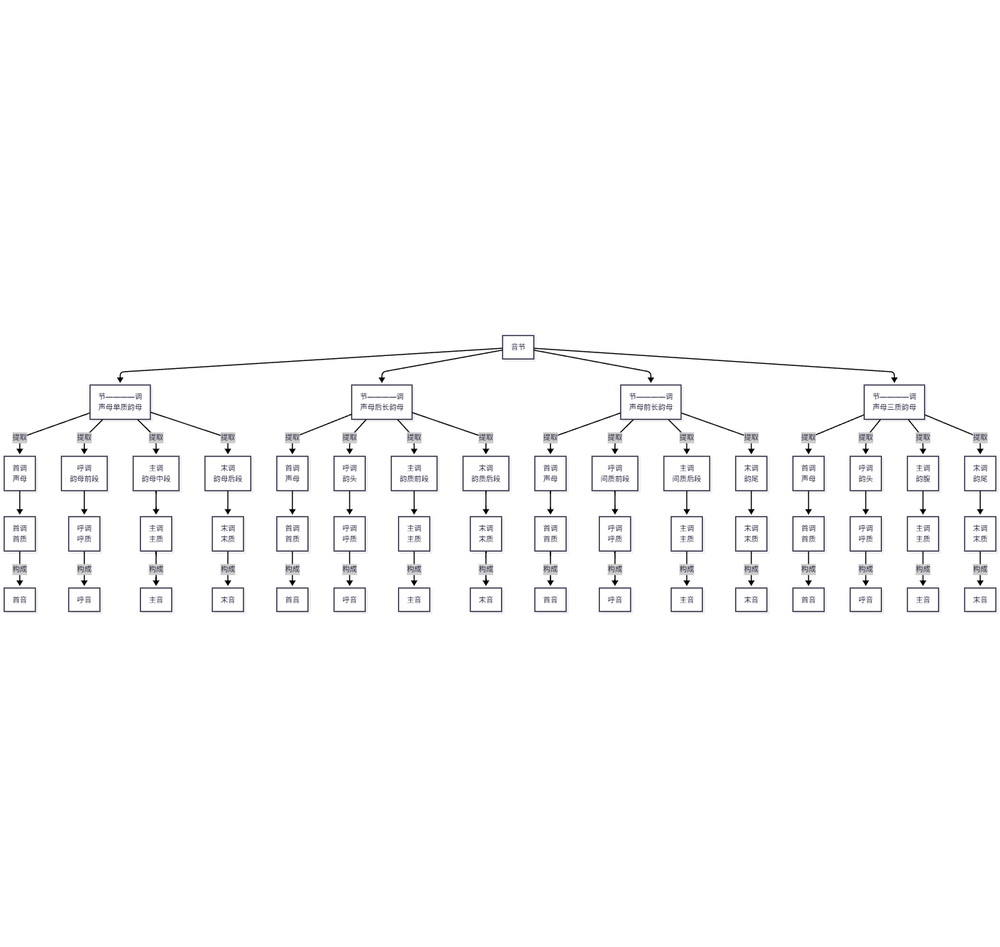
Before: YIME_Theory/flowchart/间接音元分析一式.png, a diagram exported from Mermaid (tsaanghwang/Yime-prototype). Its source is kept beside it as YIME_Theory/flowchart/间接音元分析一式.mmd.
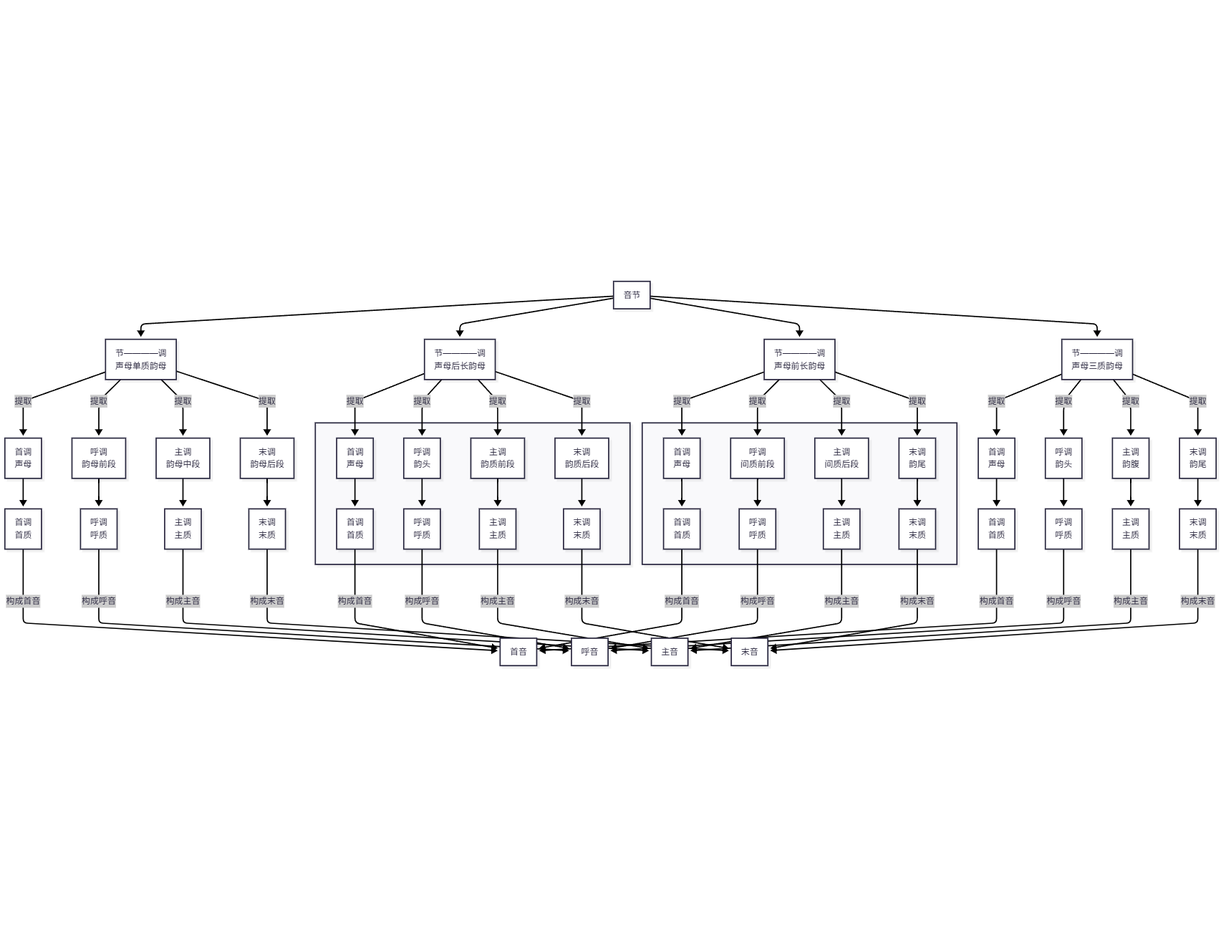
The same file after the commit.

Diff of the diagram source:
```diff
@@ -8,6 +8,7 @@
     B --> |提取|B2[呼调<br>韵母前段]
     B --> |提取|B3[主调<br>韵母中段]
     B --> |提取|B4[末调<br>韵母后段]
+
     B1 --> B5[首调<br>首质]
     B2 --> B6[呼调<br>呼质]
     B3 --> B7[主调<br>主质]
@@ -17,45 +18,51 @@
     C --> |提取|C2[呼调<br>韵头]
     C --> |提取|C3[主调<br>韵质前段]
     C --> |提取|C4[末调<br>韵质后段]
-    C1 --> C5[首调<br>首质]
-    C2 --> C6[呼调<br>呼质]
-    C3 --> C7[主调<br>主质]
-    C4 --> C8[末调<br>末质]
+    subgraph " "
+        C1 --> C5[首调<br>首质]
+        C2 --> C6[呼调<br>呼质]
+        C3 --> C7[主调<br>主质]
+        C4 --> C8[末调<br>末质]
+    end
 
     D --> |提取|D1[首调<br>声母]
     D --> |提取|D2[呼调<br>间质前段]
     D --> |提取|D3[主调<br>间质后段]
     D --> |提取|D4[末调<br>韵尾]
-    D1 --> D5[首调<br>首质]
-    D2 --> D6[呼调<br>呼质]
-    D3 --> D7[主调<br>主质]
-    D4 --> D8[末调<br>末质]
+
+    subgraph " "
+        D1 --> D5[首调<br>首质]
+        D2 --> D6[呼调<br>呼质]
+        D3 --> D7[主调<br>主质]
+        D4 --> D8[末调<br>末质]
+    end
 
     E --> |提取|E1[首调<br>声母]
     E --> |提取|E2[呼调<br>韵头]
     E --> |提取|E3[主调<br>韵腹]
     E --> |提取|E4[末调<br>韵尾]
+
     E1 --> E5[首调<br>首质]
     E2 --> E6[呼调<br>呼质]
     E3 --> E7[主调<br>主质]
     E4 --> E8[末调<br>末质]
 
-    B5 --> |构成|F1[首音]
-    B6 --> |构成|G1[呼音]
-    B7 --> |构成|H1[主音]
-    B8 --> |构成|I1[末音]
+    B5 ---> |构成首音|F[首音]
+    C5 ---> |构成首音|F[首音]
+    D5 ---> |构成首音|F[首音]
+    E5 ---> |构成首音|F[首音]
 
-    C5 --> |构成|F2[首音]
-    C6 --> |构成|G2[呼音]
-    C7 --> |构成|H2[主音]
-    C8 --> |构成|I2[末音]
+    B6 ---> |构成呼音|G[呼音]
+    C6 ---> |构成呼音|G[呼音]
+    D6 ---> |构成呼音|G[呼音]
+    E6 ---> |构成呼音|G[呼音]
 
-    D5 --> |构成|F3[首音]
-    D6 --> |构成|G3[呼音]
-    D7 --> |构成|H3[主音]
-    D8 --> |构成|I3[末音]
+    B7 ---> |构成主音|H[主音]
+    C7 ---> |构成主音|H[主音]
+    D7 ---> |构成主音|H[主音]
+    E7 ---> |构成主音|H[主音]
 
-    E5 --> |构成|F4[首音]
-    E6 --> |构成|G4[呼音]
-    E7 --> |构成|H4[主音]
-    E8 --> |构成|I4[末音]
+    B8 ---> |构成末音|I[末音]
+    C8 ---> |构成末音|I[末音]
+    D8 ---> |构成末音|I[末音]
+    E8 ---> |构成末音|I[末音]
```
